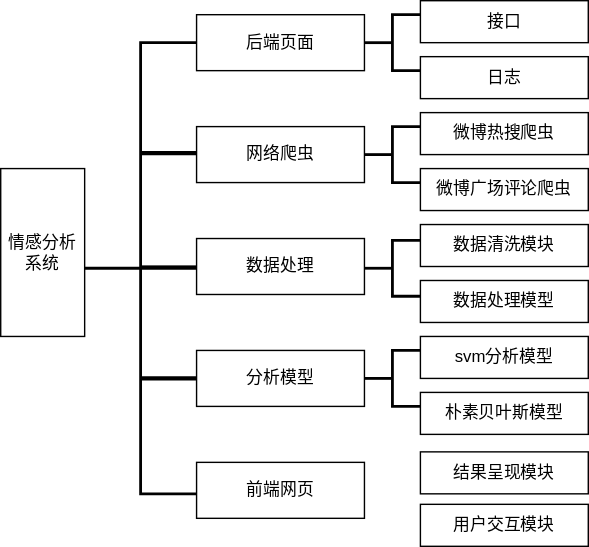
The draw.io diagram 组成模块.drawio.svg in hikari0217/hikari, before a commit. Source tidied: cells renumbered, new cells last; positions are measured from the earlier drawing's top-left corner, leaving out a move shared by most shapes.
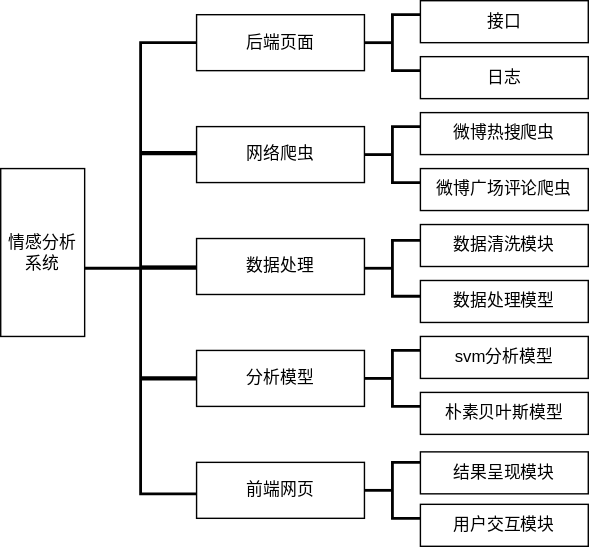
After the change.

Commit message:
更新组成模块.drawio.svg

What changed in the source:
```diff
@@ -100,5 +100,8 @@
     <mxCell id="26" value="日志" style="rounded=0;whiteSpace=wrap;html=1;" parent="1" vertex="1">
       <mxGeometry x="300" y="40" width="120" height="30" as="geometry" />
     </mxCell>
+    <mxCell id="27" style="strokeWidth=2;html=1;shape=mxgraph.flowchart.annotation_2;align=left;labelPosition=right;" parent="1" vertex="1">
+      <mxGeometry x="260" y="330" width="40" height="40" as="geometry" />
+    </mxCell>
   </root>
 </mxGraphModel>
```
